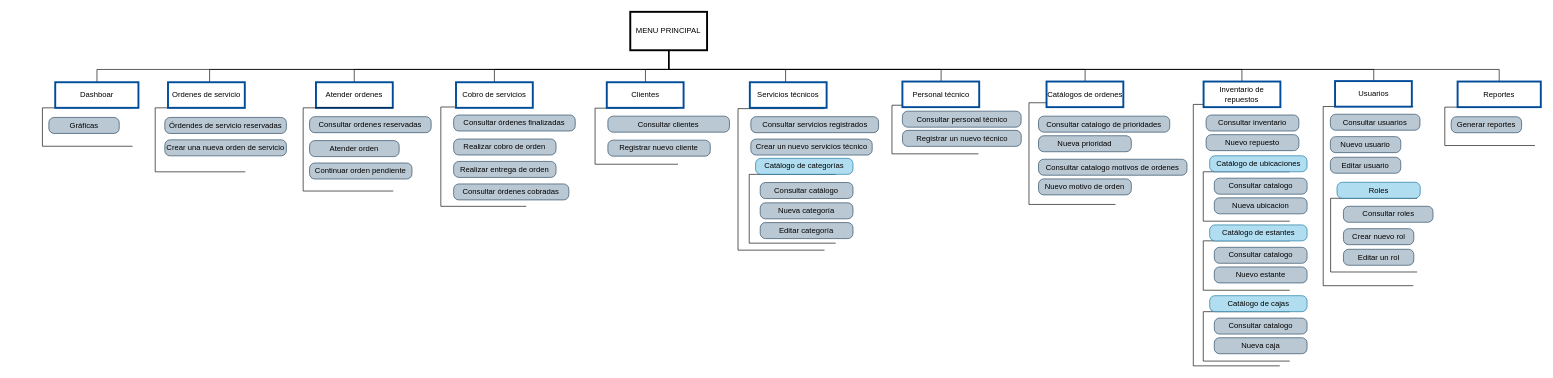
This is page "mapa-navegacion-web" (14 of 20) of documentacion/diagramas.drawio from JaasielGuerra/ServiTec, a draw.io file, before an edit. Source tidied: cells renumbered, new cells numbered last; positions are measured from the earlier drawing's top-left corner, leaving out a move shared by most shapes. Both pictures are drawn from the tidied source at 64%, with x=0, y=0 at pixel (49, 12).
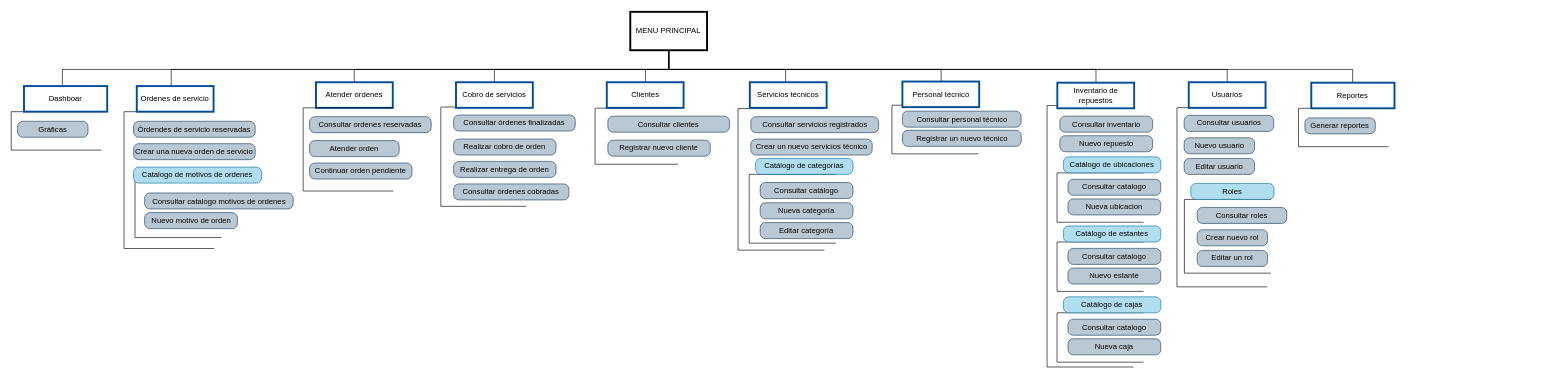
The same page after the edit.

Unchanged cells that the change refers to:
```xml
<mxCell id="16" value="MENU PRINCIPAL" style="rounded=0;whiteSpace=wrap;html=1;strokeWidth=3;" parent="1" vertex="1">
  <mxGeometry x="908.3" width="120" height="60" as="geometry" />
</mxCell>
```

The edit, as a diff of the source:
```diff
@@
     <mxCell id="2" style="shape=partialRectangle;whiteSpace=wrap;html=1;bottom=1;right=1;left=1;top=0;fillColor=none;routingCenterX=-0.5;rotation=90;" parent="1" vertex="1">
-      <mxGeometry x="1921" y="217.9" width="280" height="140" as="geometry" />
+      <mxGeometry x="1692.5" y="219.7" width="280" height="140" as="geometry" />
     </mxCell>
     <mxCell id="3" style="shape=partialRectangle;whiteSpace=wrap;html=1;bottom=1;right=1;left=1;top=0;fillColor=none;routingCenterX=-0.5;rotation=90;" parent="1" vertex="1">
-      <mxGeometry x="29.8" y="110" width="60" height="140" as="geometry" />
+      <mxGeometry x="-19" y="116" width="60" height="140" as="geometry" />
     </mxCell>
     <mxCell id="4" style="shape=partialRectangle;whiteSpace=wrap;html=1;bottom=1;right=1;left=1;top=0;fillColor=none;routingCenterX=-0.5;rotation=90;" parent="1" vertex="1">
-      <mxGeometry x="186" y="130" width="100" height="140" as="geometry" />
+      <mxGeometry x="80.4" y="192.9" width="213.8" height="140" as="geometry" />
     </mxCell>
     <mxCell id="5" style="edgeStyle=orthogonalEdgeStyle;rounded=0;jettySize=auto;html=1;endArrow=none;endFill=0;" parent="1" edge="1" source="16" target="17">
       <mxGeometry relative="1" as="geometry">
         <Array as="points">
           <mxPoint x="968" y="90" />
-          <mxPoint x="251" y="90" />
+          <mxPoint x="191" y="90" />
         </Array>
       </mxGeometry>
     </mxCell>
     <mxCell id="6" style="edgeStyle=orthogonalEdgeStyle;rounded=0;jettySize=auto;html=1;endArrow=none;endFill=0;" parent="1" edge="1" source="16" target="18">
       <mxGeometry relative="1" as="geometry">
         <Array as="points">
           <mxPoint x="968" y="90" />
-          <mxPoint x="75" y="90" />
+          <mxPoint x="21" y="90" />
         </Array>
       </mxGeometry>
     </mxCell>
@@
-    <mxCell id="12" style="edgeStyle=orthogonalEdgeStyle;rounded=0;jettySize=auto;html=1;endArrow=none;endFill=0;" parent="1" edge="1" source="16" target="76">
-      <mxGeometry relative="1" as="geometry">
-        <Array as="points">
-          <mxPoint x="968" y="90" />
-          <mxPoint x="1619" y="90" />
-        </Array>
-      </mxGeometry>
-    </mxCell>
     <mxCell id="13" style="edgeStyle=orthogonalEdgeStyle;rounded=0;jettySize=auto;html=1;endArrow=none;endFill=0;" parent="1" edge="1" source="16" target="79">
       <mxGeometry relative="1" as="geometry">
         <Array as="points">
           <mxPoint x="968" y="90" />
-          <mxPoint x="1864" y="90" />
+          <mxPoint x="1636" y="90" />
         </Array>
       </mxGeometry>
     </mxCell>
     <mxCell id="14" style="edgeStyle=orthogonalEdgeStyle;rounded=0;jettySize=auto;html=1;endArrow=none;endFill=0;" parent="1" edge="1" source="16" target="80">
       <mxGeometry relative="1" as="geometry">
         <Array as="points">
           <mxPoint x="968" y="90" />
-          <mxPoint x="2070" y="90" />
+          <mxPoint x="1841" y="90" />
         </Array>
       </mxGeometry>
     </mxCell>
     <mxCell id="15" style="edgeStyle=orthogonalEdgeStyle;rounded=0;jettySize=auto;html=1;endArrow=none;endFill=0;" parent="1" edge="1" source="16" target="82">
       <mxGeometry relative="1" as="geometry">
         <Array as="points">
           <mxPoint x="968" y="90" />
-          <mxPoint x="2266" y="90" />
+          <mxPoint x="2037" y="90" />
         </Array>
       </mxGeometry>
     </mxCell>
@@
     <mxCell id="17" value="Ordenes de servicio" style="rounded=0;whiteSpace=wrap;html=1;strokeColor=#004C99;strokeWidth=3;" parent="1" vertex="1">
-      <mxGeometry x="186" y="110" width="120" height="40" as="geometry" />
+      <mxGeometry x="137.2" y="116" width="120" height="40" as="geometry" />
     </mxCell>
     <mxCell id="18" value="Dashboar" style="rounded=0;whiteSpace=wrap;html=1;strokeColor=#004C99;strokeWidth=3;" parent="1" vertex="1">
-      <mxGeometry x="9.8" y="110" width="130" height="40" as="geometry" />
+      <mxGeometry x="-39" y="116" width="130" height="40" as="geometry" />
     </mxCell>
     <mxCell id="19" value="Gráficas" style="rounded=1;whiteSpace=wrap;html=1;arcSize=33;fillColor=#bac8d3;strokeColor=#23445d;" parent="1" vertex="1">
-      <mxGeometry x="-0.2" y="165" width="110" height="25" as="geometry" />
+      <mxGeometry x="-49" y="171" width="110" height="25" as="geometry" />
     </mxCell>
     <mxCell id="20" value="Órdendes de servicio reservadas" style="rounded=1;whiteSpace=wrap;html=1;arcSize=33;fillColor=#bac8d3;strokeColor=#23445d;" parent="1" vertex="1">
-      <mxGeometry x="181" y="165" width="190" height="25" as="geometry" />
+      <mxGeometry x="132.2" y="171" width="190" height="25" as="geometry" />
     </mxCell>
     <mxCell id="21" value="Crear una nueva orden de servicio" style="rounded=1;whiteSpace=wrap;html=1;arcSize=33;fillColor=#bac8d3;strokeColor=#23445d;" parent="1" vertex="1">
-      <mxGeometry x="181" y="200" width="190" height="25" as="geometry" />
+      <mxGeometry x="132.2" y="206" width="190" height="25" as="geometry" />
     </mxCell>
@@
     <mxCell id="33" value="Consultar usuarios" style="rounded=1;whiteSpace=wrap;html=1;arcSize=33;fillColor=#bac8d3;strokeColor=#23445d;" parent="1" vertex="1">
-      <mxGeometry x="2002.2" y="160" width="140" height="25" as="geometry" />
+      <mxGeometry x="1773.7" y="161.8" width="140" height="25" as="geometry" />
     </mxCell>
     <mxCell id="34" value="Nuevo usuario" style="rounded=1;whiteSpace=wrap;html=1;arcSize=33;fillColor=#bac8d3;strokeColor=#23445d;" parent="1" vertex="1">
-      <mxGeometry x="2002.2" y="195" width="110" height="25" as="geometry" />
+      <mxGeometry x="1773.7" y="196.8" width="110" height="25" as="geometry" />
     </mxCell>
     <mxCell id="35" value="Editar usuario" style="rounded=1;whiteSpace=wrap;html=1;arcSize=33;fillColor=#bac8d3;strokeColor=#23445d;" parent="1" vertex="1">
-      <mxGeometry x="2002.2" y="227.2" width="110" height="25" as="geometry" />
+      <mxGeometry x="1773.7" y="229" width="110" height="25" as="geometry" />
     </mxCell>
     <mxCell id="36" style="shape=partialRectangle;whiteSpace=wrap;html=1;bottom=1;right=1;left=1;top=0;fillColor=none;routingCenterX=-0.5;rotation=90;" parent="1" vertex="1">
-      <mxGeometry x="2012.2" y="281.7" width="115.2" height="134.4" as="geometry" />
+      <mxGeometry x="1783.7" y="283.5" width="115.2" height="134.4" as="geometry" />
     </mxCell>
     <mxCell id="37" value="Roles" style="rounded=1;whiteSpace=wrap;html=1;arcSize=33;fillColor=#b1ddf0;strokeColor=#10739e;" parent="1" vertex="1">
-      <mxGeometry x="2012.6" y="266.3" width="130" height="25" as="geometry" />
+      <mxGeometry x="1784.1" y="268.1" width="130" height="25" as="geometry" />
     </mxCell>
     <mxCell id="38" value="Consultar roles" style="rounded=1;whiteSpace=wrap;html=1;arcSize=33;fillColor=#bac8d3;strokeColor=#23445d;" parent="1" vertex="1">
-      <mxGeometry x="2022.6" y="303.8" width="140" height="25" as="geometry" />
+      <mxGeometry x="1794.1" y="305.6" width="140" height="25" as="geometry" />
     </mxCell>
     <mxCell id="39" value="Crear nuevo rol" style="rounded=1;whiteSpace=wrap;html=1;arcSize=33;fillColor=#bac8d3;strokeColor=#23445d;" parent="1" vertex="1">
-      <mxGeometry x="2022.6" y="338.8" width="110" height="25" as="geometry" />
+      <mxGeometry x="1794.1" y="340.6" width="110" height="25" as="geometry" />
     </mxCell>
     <mxCell id="40" value="Editar un rol" style="rounded=1;whiteSpace=wrap;html=1;arcSize=33;fillColor=#bac8d3;strokeColor=#23445d;" parent="1" vertex="1">
-      <mxGeometry x="2022.6" y="371" width="110" height="25" as="geometry" />
+      <mxGeometry x="1794.1" y="372.8" width="110" height="25" as="geometry" />
     </mxCell>
@@
     <mxCell id="49" style="shape=partialRectangle;whiteSpace=wrap;html=1;bottom=1;right=1;left=1;top=0;fillColor=none;routingCenterX=-0.5;rotation=90;" parent="1" vertex="1">
-      <mxGeometry x="1651" y="281.7" width="408.5" height="134.4" as="geometry" />
+      <mxGeometry x="1422.5" y="283.5" width="408.5" height="134.4" as="geometry" />
     </mxCell>
@@
-    <mxCell id="51" style="shape=partialRectangle;whiteSpace=wrap;html=1;bottom=1;right=1;left=1;top=0;fillColor=none;routingCenterX=-0.5;rotation=90;" parent="1" vertex="1">
-      <mxGeometry x="1519" y="154.3" width="158.9" height="134.4" as="geometry" />
-    </mxCell>
     <mxCell id="52" value="Consultar inventario" style="rounded=1;whiteSpace=wrap;html=1;arcSize=33;fillColor=#bac8d3;strokeColor=#23445d;" parent="1" vertex="1">
-      <mxGeometry x="1808" y="161.2" width="145" height="25" as="geometry" />
+      <mxGeometry x="1579.5" y="163" width="145" height="25" as="geometry" />
     </mxCell>
     <mxCell id="53" value="Nuevo repuesto" style="rounded=1;whiteSpace=wrap;html=1;arcSize=33;fillColor=#bac8d3;strokeColor=#23445d;" parent="1" vertex="1">
-      <mxGeometry x="1808" y="191.9" width="145" height="25" as="geometry" />
+      <mxGeometry x="1579.5" y="193.6" width="145" height="25" as="geometry" />
     </mxCell>
     <mxCell id="54" style="shape=partialRectangle;whiteSpace=wrap;html=1;bottom=1;right=1;left=1;top=0;fillColor=none;routingCenterX=-0.5;rotation=90;" parent="1" vertex="1">
-      <mxGeometry x="1832.2" y="221.3" width="77.2" height="134.4" as="geometry" />
+      <mxGeometry x="1603.7" y="223" width="77.2" height="134.4" as="geometry" />
     </mxCell>
     <mxCell id="55" value="Catálogo de ubicaciones" style="rounded=1;whiteSpace=wrap;html=1;arcSize=33;fillColor=#b1ddf0;strokeColor=#10739e;" parent="1" vertex="1">
-      <mxGeometry x="1813.6" y="224.9" width="152.2" height="25" as="geometry" />
+      <mxGeometry x="1585.1" y="226.6" width="152.2" height="25" as="geometry" />
     </mxCell>
     <mxCell id="56" value="Consultar catalogo" style="rounded=1;whiteSpace=wrap;html=1;arcSize=33;fillColor=#bac8d3;strokeColor=#23445d;" parent="1" vertex="1">
-      <mxGeometry x="1820.8" y="259.9" width="145" height="25" as="geometry" />
+      <mxGeometry x="1592.2" y="261.6" width="145" height="25" as="geometry" />
     </mxCell>
     <mxCell id="57" value="Nueva ubicacion" style="rounded=1;whiteSpace=wrap;html=1;arcSize=33;fillColor=#bac8d3;strokeColor=#23445d;" parent="1" vertex="1">
-      <mxGeometry x="1820.8" y="290.6" width="145" height="25" as="geometry" />
+      <mxGeometry x="1592.2" y="292.3" width="145" height="25" as="geometry" />
     </mxCell>
     <mxCell id="58" style="shape=partialRectangle;whiteSpace=wrap;html=1;bottom=1;right=1;left=1;top=0;fillColor=none;routingCenterX=-0.5;rotation=90;" parent="1" vertex="1">
-      <mxGeometry x="1832.2" y="439.9" width="77.2" height="134.4" as="geometry" />
+      <mxGeometry x="1603.7" y="441.6" width="77.2" height="134.4" as="geometry" />
     </mxCell>
     <mxCell id="59" value="Consultar catalogo" style="rounded=1;whiteSpace=wrap;html=1;arcSize=33;fillColor=#bac8d3;strokeColor=#23445d;" parent="1" vertex="1">
-      <mxGeometry x="1820.8" y="478.5" width="145" height="25" as="geometry" />
+      <mxGeometry x="1592.2" y="480.3" width="145" height="25" as="geometry" />
     </mxCell>
     <mxCell id="60" value="Nueva caja" style="rounded=1;whiteSpace=wrap;html=1;arcSize=33;fillColor=#bac8d3;strokeColor=#23445d;" parent="1" vertex="1">
-      <mxGeometry x="1820.8" y="509.2" width="145" height="25" as="geometry" />
+      <mxGeometry x="1592.2" y="510.9" width="145" height="25" as="geometry" />
     </mxCell>
     <mxCell id="61" value="Catálogo de cajas" style="rounded=1;whiteSpace=wrap;html=1;arcSize=33;fillColor=#b1ddf0;strokeColor=#10739e;" parent="1" vertex="1">
-      <mxGeometry x="1813.6" y="443.5" width="152.2" height="25" as="geometry" />
+      <mxGeometry x="1585.1" y="445.3" width="152.2" height="25" as="geometry" />
     </mxCell>
     <mxCell id="62" style="shape=partialRectangle;whiteSpace=wrap;html=1;bottom=1;right=1;left=1;top=0;fillColor=none;routingCenterX=-0.5;rotation=90;" parent="1" vertex="1">
-      <mxGeometry x="1832.2" y="329.2" width="77.2" height="134.4" as="geometry" />
+      <mxGeometry x="1603.7" y="331" width="77.2" height="134.4" as="geometry" />
     </mxCell>
     <mxCell id="63" value="Consultar catalogo" style="rounded=1;whiteSpace=wrap;html=1;arcSize=33;fillColor=#bac8d3;strokeColor=#23445d;" parent="1" vertex="1">
-      <mxGeometry x="1820.8" y="367.9" width="145" height="25" as="geometry" />
+      <mxGeometry x="1592.2" y="369.6" width="145" height="25" as="geometry" />
     </mxCell>
     <mxCell id="64" value="Nuevo estante" style="rounded=1;whiteSpace=wrap;html=1;arcSize=33;fillColor=#bac8d3;strokeColor=#23445d;" parent="1" vertex="1">
-      <mxGeometry x="1820.8" y="398.6" width="145" height="25" as="geometry" />
+      <mxGeometry x="1592.2" y="400.3" width="145" height="25" as="geometry" />
     </mxCell>
     <mxCell id="65" value="Catálogo de estantes" style="rounded=1;whiteSpace=wrap;html=1;arcSize=33;fillColor=#b1ddf0;strokeColor=#10739e;" parent="1" vertex="1">
-      <mxGeometry x="1813.6" y="332.9" width="152.2" height="25" as="geometry" />
+      <mxGeometry x="1585.1" y="334.6" width="152.2" height="25" as="geometry" />
     </mxCell>
@@
-    <mxCell id="68" value="Consultar catalogo de prioridades" style="rounded=1;whiteSpace=wrap;html=1;arcSize=33;fillColor=#bac8d3;strokeColor=#23445d;" parent="1" vertex="1">
-      <mxGeometry x="1546.2" y="163" width="205" height="25" as="geometry" />
-    </mxCell>
-    <mxCell id="69" value="Nueva prioridad" style="rounded=1;whiteSpace=wrap;html=1;arcSize=33;fillColor=#bac8d3;strokeColor=#23445d;" parent="1" vertex="1">
-      <mxGeometry x="1546.2" y="193.6" width="145" height="25" as="geometry" />
-    </mxCell>
@@
-    <mxCell id="76" value="Catálogos de ordenes" style="rounded=0;whiteSpace=wrap;html=1;strokeColor=#004C99;strokeWidth=3;" parent="1" vertex="1">
-      <mxGeometry x="1558.7" y="108.9" width="120" height="40" as="geometry" />
-    </mxCell>
-    <mxCell id="77" value="Nuevo motivo de orden" style="rounded=1;whiteSpace=wrap;html=1;arcSize=33;fillColor=#bac8d3;strokeColor=#23445d;" parent="1" vertex="1">
-      <mxGeometry x="1546.2" y="261" width="145" height="25" as="geometry" />
-    </mxCell>
-    <mxCell id="78" value="Consultar catalogo motivos de ordenes" style="rounded=1;whiteSpace=wrap;html=1;arcSize=33;fillColor=#bac8d3;strokeColor=#23445d;" parent="1" vertex="1">
-      <mxGeometry x="1546.2" y="230.3" width="232" height="25" as="geometry" />
-    </mxCell>
     <mxCell id="79" value="Inventario de repuestos" style="rounded=0;whiteSpace=wrap;html=1;strokeColor=#004C99;strokeWidth=3;" parent="1" vertex="1">
-      <mxGeometry x="1804.1" y="108.9" width="120" height="40" as="geometry" />
+      <mxGeometry x="1575.6" y="110.7" width="120" height="40" as="geometry" />
     </mxCell>
     <mxCell id="80" value="Usuarios" style="rounded=0;whiteSpace=wrap;html=1;strokeColor=#004C99;strokeWidth=3;" parent="1" vertex="1">
-      <mxGeometry x="2009.5" y="108.2" width="120" height="40" as="geometry" />
+      <mxGeometry x="1780.9" y="110" width="120" height="40" as="geometry" />
     </mxCell>
     <mxCell id="81" style="shape=partialRectangle;whiteSpace=wrap;html=1;bottom=1;right=1;left=1;top=0;fillColor=none;routingCenterX=-0.5;rotation=90;" parent="1" vertex="1">
-      <mxGeometry x="2221" y="108.9" width="60" height="140" as="geometry" />
+      <mxGeometry x="1992.4" y="110.7" width="60" height="140" as="geometry" />
     </mxCell>
     <mxCell id="82" value="Reportes" style="rounded=0;whiteSpace=wrap;html=1;strokeColor=#004C99;strokeWidth=3;" parent="1" vertex="1">
-      <mxGeometry x="2201" y="108.9" width="130" height="40" as="geometry" />
+      <mxGeometry x="1972.4" y="110.7" width="130" height="40" as="geometry" />
     </mxCell>
     <mxCell id="83" value="Generar reportes" style="rounded=1;whiteSpace=wrap;html=1;arcSize=33;fillColor=#bac8d3;strokeColor=#23445d;" parent="1" vertex="1">
-      <mxGeometry x="2191" y="163.9" width="110" height="25" as="geometry" />
+      <mxGeometry x="1962.4" y="165.7" width="110" height="25" as="geometry" />
     </mxCell>
+    <mxCell id="84" style="shape=partialRectangle;whiteSpace=wrap;html=1;bottom=1;right=1;left=1;top=0;fillColor=none;routingCenterX=-0.5;rotation=90;" parent="1" vertex="1">
+      <mxGeometry x="156.7" y="240.5" width="90" height="134.4" as="geometry" />
+    </mxCell>
+    <mxCell id="77" value="Nuevo motivo de orden" style="rounded=1;whiteSpace=wrap;html=1;arcSize=33;fillColor=#bac8d3;strokeColor=#23445d;" parent="1" vertex="1">
+      <mxGeometry x="149.5" y="313.7" width="145" height="25" as="geometry" />
+    </mxCell>
+    <mxCell id="78" value="Consultar catalogo motivos de ordenes" style="rounded=1;whiteSpace=wrap;html=1;arcSize=33;fillColor=#bac8d3;strokeColor=#23445d;" parent="1" vertex="1">
+      <mxGeometry x="149.5" y="283" width="232" height="25" as="geometry" />
+    </mxCell>
+    <mxCell id="85" value="Catalogo de motivos de ordenes" style="rounded=1;whiteSpace=wrap;html=1;arcSize=33;fillColor=#b1ddf0;strokeColor=#10739e;" parent="1" vertex="1">
+      <mxGeometry x="132.2" y="242.6" width="200" height="25" as="geometry" />
+    </mxCell>
```
